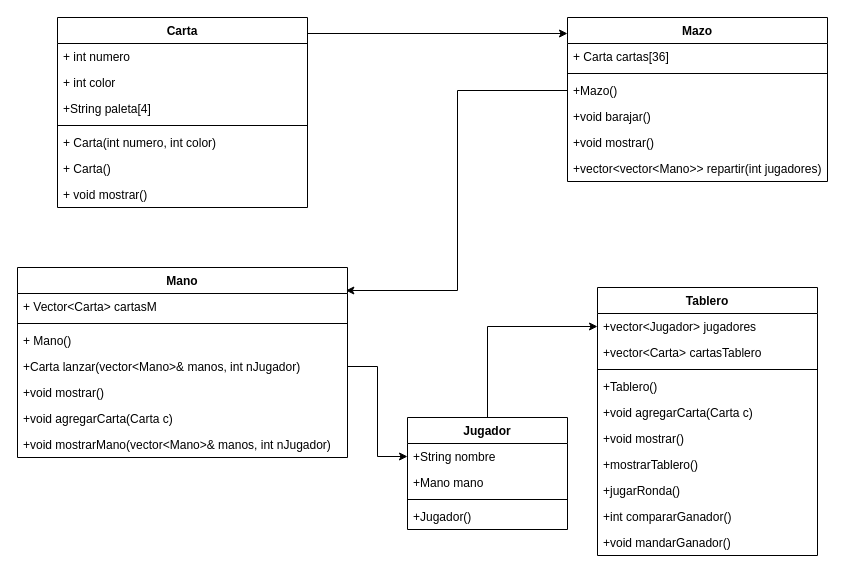
Above: Diagrama sin título.drawio in Samuel-ITM/test (draw.io), before the change. Source tidied: cells renumbered, new cells numbered last; positions are measured from the earlier drawing's top-left corner, leaving out a move shared by most shapes. Both pictures are drawn from the tidied source at 100%, with x=0, y=0 at pixel (17, 17).
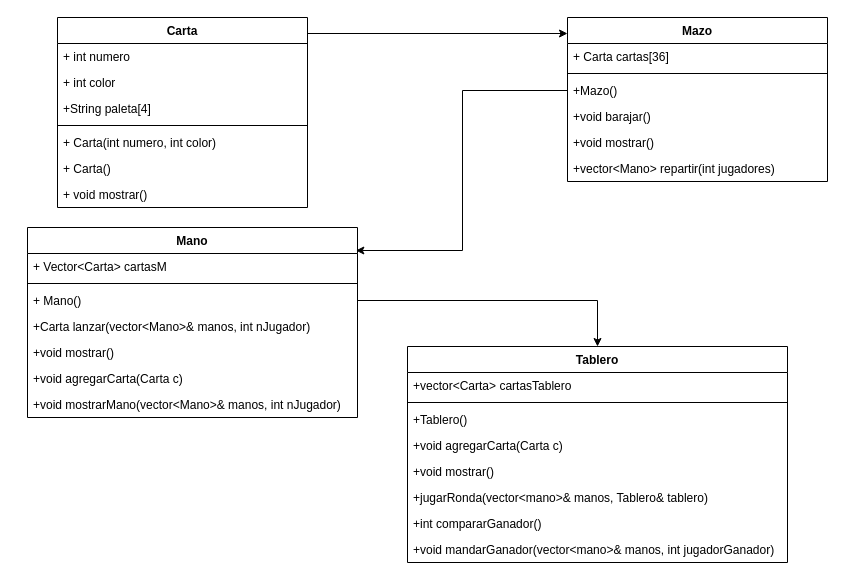
Above is the later version.

The change refers to these unchanged cells:
```xml
<mxCell id="10" value="Mazo" style="swimlane;fontStyle=1;align=center;verticalAlign=top;horizontal=1;startSize=26;whiteSpace=wrap;html=1;" parent="1" vertex="1">
  <mxGeometry x="550" width="260" height="164" as="geometry" />
</mxCell>
<mxCell id="26" value="+ Mano()" style="text;strokeColor=none;fillColor=none;align=left;verticalAlign=top;spacingLeft=4;spacingRight=4;overflow=hidden;points=[[0,0.5],[1,0.5]];portConstraint=eastwest;whiteSpace=wrap;html=1;" parent="23" vertex="1">
  <mxGeometry y="60" width="330" height="26" as="geometry" />
</mxCell>
<mxCell id="27" value="+Carta lanzar(vector&amp;lt;Mano&amp;gt;&amp;amp; manos, int nJugador)" style="text;strokeColor=none;fillColor=none;align=left;verticalAlign=top;spacingLeft=4;spacingRight=4;overflow=hidden;points=[[0,0.5],[1,0.5]];portConstraint=eastwest;whiteSpace=wrap;html=1;" parent="23" vertex="1">
  <mxGeometry y="86" width="330" height="26" as="geometry" />
</mxCell>
```

Change to the diagram source:
```diff
@@
-    <mxCell id="16" value="+vector&amp;lt;vector&amp;lt;Mano&amp;gt;&amp;gt; repartir(int jugadores)" style="text;strokeColor=none;fillColor=none;align=left;verticalAlign=top;spacingLeft=4;spacingRight=4;overflow=hidden;whiteSpace=wrap;html=1;" parent="10" vertex="1">
+    <mxCell id="16" value="+vector&amp;lt;Mano&amp;gt; repartir(int jugadores)" style="text;strokeColor=none;fillColor=none;align=left;verticalAlign=top;spacingLeft=4;spacingRight=4;overflow=hidden;whiteSpace=wrap;html=1;" parent="10" vertex="1">
       <mxGeometry y="138" width="260" height="26" as="geometry" />
     </mxCell>
-    <mxCell id="17" style="edgeStyle=orthogonalEdgeStyle;rounded=0;jettySize=auto;html=1;entryX=0;entryY=0.5;entryDx=0;entryDy=0;" parent="1" edge="1" source="18" target="34">
-      <mxGeometry relative="1" as="geometry" />
-    </mxCell>
-    <mxCell id="18" value="Jugador" style="swimlane;fontStyle=1;align=center;verticalAlign=top;horizontal=1;startSize=26;whiteSpace=wrap;html=1;" parent="1" vertex="1">
-      <mxGeometry x="390" y="400" width="160" height="112" as="geometry" />
-    </mxCell>
-    <mxCell id="19" value="+String nombre" style="text;strokeColor=none;fillColor=none;align=left;verticalAlign=top;spacingLeft=4;spacingRight=4;overflow=hidden;points=[[0,0.5],[1,0.5]];portConstraint=eastwest;whiteSpace=wrap;html=1;" parent="18" vertex="1">
-      <mxGeometry y="26" width="160" height="26" as="geometry" />
-    </mxCell>
-    <mxCell id="20" value="+Mano mano" style="text;strokeColor=none;fillColor=none;align=left;verticalAlign=top;spacingLeft=4;spacingRight=4;overflow=hidden;whiteSpace=wrap;html=1;" parent="18" vertex="1">
-      <mxGeometry y="52" width="160" height="26" as="geometry" />
-    </mxCell>
-    <mxCell id="21" style="line;strokeWidth=1;fillColor=none;align=left;verticalAlign=middle;spacingTop=-1;spacingLeft=3;spacingRight=3;labelPosition=right;strokeColor=inherit;" parent="18" vertex="1">
-      <mxGeometry y="78" width="160" height="8" as="geometry" />
-    </mxCell>
-    <mxCell id="22" value="+Jugador()" style="text;strokeColor=none;fillColor=none;align=left;verticalAlign=top;spacingLeft=4;spacingRight=4;overflow=hidden;whiteSpace=wrap;html=1;" parent="18" vertex="1">
-      <mxGeometry y="86" width="160" height="26" as="geometry" />
-    </mxCell>
     <mxCell id="23" value="Mano" style="swimlane;fontStyle=1;align=center;verticalAlign=top;horizontal=1;startSize=26;whiteSpace=wrap;html=1;" parent="1" vertex="1">
-      <mxGeometry y="250" width="330" height="190" as="geometry" />
+      <mxGeometry x="10" y="210" width="330" height="190" as="geometry" />
     </mxCell>
@@
-    <mxCell id="32" style="edgeStyle=orthogonalEdgeStyle;rounded=0;jettySize=auto;html=1;exitX=1;exitY=0.5;exitDx=0;exitDy=0;entryX=0;entryY=0.5;entryDx=0;entryDy=0;" parent="1" edge="1" source="27" target="19">
-      <mxGeometry relative="1" as="geometry" />
-    </mxCell>
     <mxCell id="33" value="Tablero" style="swimlane;fontStyle=1;align=center;verticalAlign=top;horizontal=1;startSize=26;whiteSpace=wrap;html=1;" parent="1" vertex="1">
-      <mxGeometry x="580" y="270" width="220" height="268" as="geometry" />
+      <mxGeometry x="390" y="329" width="380" height="216" as="geometry" />
     </mxCell>
-    <mxCell id="34" value="+vector&amp;lt;Jugador&amp;gt; jugadores" style="text;strokeColor=none;fillColor=none;align=left;verticalAlign=top;spacingLeft=4;spacingRight=4;overflow=hidden;points=[[0,0.5],[1,0.5]];portConstraint=eastwest;whiteSpace=wrap;html=1;" parent="33" vertex="1">
-      <mxGeometry y="26" width="220" height="26" as="geometry" />
-    </mxCell>
     <mxCell id="35" value="+vector&amp;lt;Carta&amp;gt; cartasTablero" style="text;strokeColor=none;fillColor=none;align=left;verticalAlign=top;spacingLeft=4;spacingRight=4;overflow=hidden;whiteSpace=wrap;html=1;" parent="33" vertex="1">
-      <mxGeometry y="52" width="220" height="26" as="geometry" />
+      <mxGeometry y="26" width="380" height="26" as="geometry" />
     </mxCell>
     <mxCell id="36" style="line;strokeWidth=1;fillColor=none;align=left;verticalAlign=middle;spacingTop=-1;spacingLeft=3;spacingRight=3;labelPosition=right;strokeColor=inherit;" parent="33" vertex="1">
-      <mxGeometry y="78" width="220" height="8" as="geometry" />
+      <mxGeometry y="52" width="380" height="8" as="geometry" />
     </mxCell>
     <mxCell id="37" value="+Tablero()" style="text;strokeColor=none;fillColor=none;align=left;verticalAlign=top;spacingLeft=4;spacingRight=4;overflow=hidden;whiteSpace=wrap;html=1;" parent="33" vertex="1">
-      <mxGeometry y="86" width="220" height="26" as="geometry" />
+      <mxGeometry y="60" width="380" height="26" as="geometry" />
     </mxCell>
     <mxCell id="38" value="+void agregarCarta(Carta c)" style="text;strokeColor=none;fillColor=none;align=left;verticalAlign=top;spacingLeft=4;spacingRight=4;overflow=hidden;whiteSpace=wrap;html=1;" parent="33" vertex="1">
-      <mxGeometry y="112" width="220" height="26" as="geometry" />
+      <mxGeometry y="86" width="380" height="26" as="geometry" />
     </mxCell>
     <mxCell id="39" value="+void mostrar()" style="text;strokeColor=none;fillColor=none;align=left;verticalAlign=top;spacingLeft=4;spacingRight=4;overflow=hidden;whiteSpace=wrap;html=1;" parent="33" vertex="1">
-      <mxGeometry y="138" width="220" height="26" as="geometry" />
+      <mxGeometry y="112" width="380" height="26" as="geometry" />
     </mxCell>
-    <mxCell id="40" value="+mostrarTablero()" style="text;strokeColor=none;fillColor=none;align=left;verticalAlign=top;spacingLeft=4;spacingRight=4;overflow=hidden;whiteSpace=wrap;html=1;" parent="33" vertex="1">
-      <mxGeometry y="164" width="220" height="26" as="geometry" />
-    </mxCell>
-    <mxCell id="41" value="+jugarRonda()" style="text;strokeColor=none;fillColor=none;align=left;verticalAlign=top;spacingLeft=4;spacingRight=4;overflow=hidden;whiteSpace=wrap;html=1;" parent="33" vertex="1">
-      <mxGeometry y="190" width="220" height="26" as="geometry" />
+    <mxCell id="41" value="+jugarRonda(vector&amp;lt;mano&amp;gt;&amp;amp; manos, Tablero&amp;amp; tablero)" style="text;strokeColor=none;fillColor=none;align=left;verticalAlign=top;spacingLeft=4;spacingRight=4;overflow=hidden;whiteSpace=wrap;html=1;" parent="33" vertex="1">
+      <mxGeometry y="138" width="380" height="26" as="geometry" />
     </mxCell>
     <mxCell id="42" value="+int compararGanador()" style="text;strokeColor=none;fillColor=none;align=left;verticalAlign=top;spacingLeft=4;spacingRight=4;overflow=hidden;whiteSpace=wrap;html=1;" parent="33" vertex="1">
-      <mxGeometry y="216" width="220" height="26" as="geometry" />
+      <mxGeometry y="164" width="380" height="26" as="geometry" />
     </mxCell>
-    <mxCell id="43" value="+void mandarGanador()" style="text;strokeColor=none;fillColor=none;align=left;verticalAlign=top;spacingLeft=4;spacingRight=4;overflow=hidden;whiteSpace=wrap;html=1;" parent="33" vertex="1">
-      <mxGeometry y="242" width="220" height="26" as="geometry" />
+    <mxCell id="43" value="+void mandarGanador(vector&amp;lt;mano&amp;gt;&amp;amp; manos, int jugadorGanador)" style="text;strokeColor=none;fillColor=none;align=left;verticalAlign=top;spacingLeft=4;spacingRight=4;overflow=hidden;whiteSpace=wrap;html=1;" parent="33" vertex="1">
+      <mxGeometry y="190" width="380" height="26" as="geometry" />
     </mxCell>
@@
+    <mxCell id="45" style="edgeStyle=orthogonalEdgeStyle;rounded=0;jettySize=auto;html=1;entryX=0.5;entryY=0;entryDx=0;entryDy=0;" parent="1" edge="1" source="26" target="33">
+      <mxGeometry relative="1" as="geometry" />
+    </mxCell>
```
